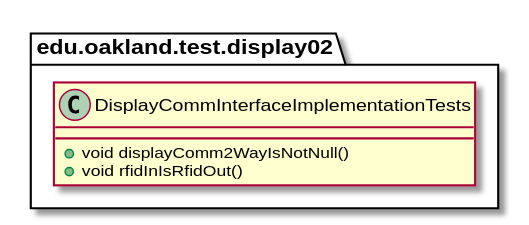
This is docs/uml-class-diagrams/display02/test/DisplayCommInterfaceImplementationTests/DisplayCommInterfaceImplementationTests.svg from andrewdimmer/csi-3370-software-project, a PlantUML export, as it was before one commit. Source of this version:
```plantuml
@startuml DisplayCommInterfaceImplementationTests

package edu.oakland.test.display02 {
    class DisplayCommInterfaceImplementationTests {
        + void displayComm2WayIsNotNull()
        + void rfidInIsRfidOut()

    }
}

@enduml
```
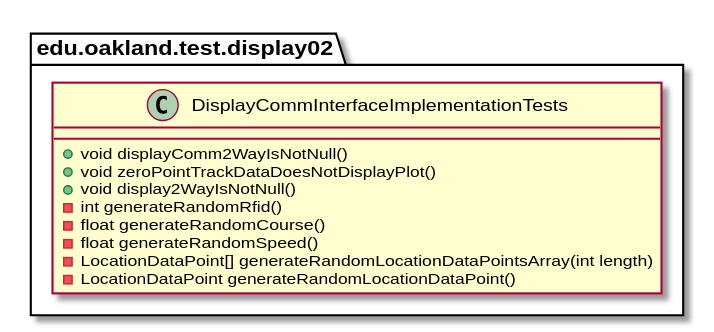
The same file after the commit.

Change to the diagram source:
```diff
@@ -3,8 +3,13 @@
 package edu.oakland.test.display02 {
     class DisplayCommInterfaceImplementationTests {
         + void displayComm2WayIsNotNull()
-        + void rfidInIsRfidOut()
-
+        + void zeroPointTrackDataDoesNotDisplayPlot()
+        + void display2WayIsNotNull()
+        - int generateRandomRfid()
+        - float generateRandomCourse()
+        - float generateRandomSpeed()
+        - LocationDataPoint[] generateRandomLocationDataPointsArray(int length)
+        - LocationDataPoint generateRandomLocationDataPoint()
     }
 }
 
```
